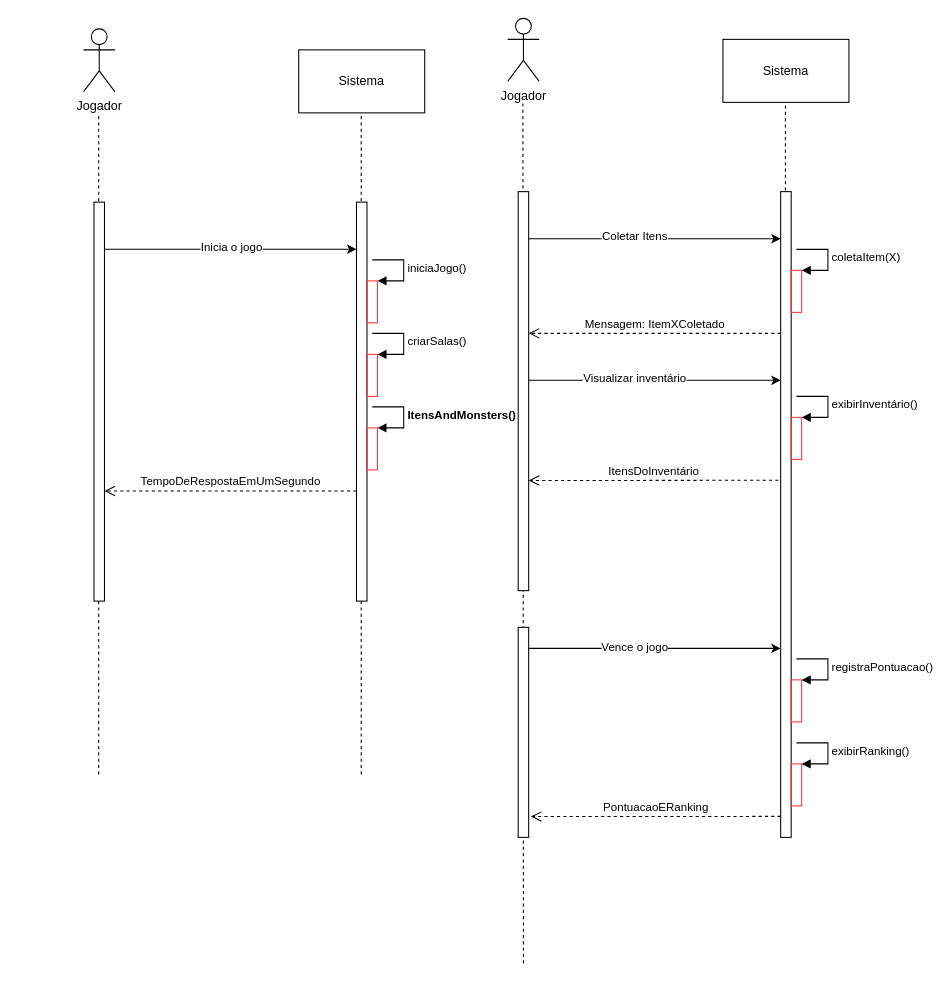
Before: page "Visão Funcional" (2 of 4) of Descrição da Arquitetura.drawio in renanreyc/EngenhariaDeSoftware, a draw.io diagram. Source tidied: cells renumbered, new cells numbered last; positions are measured from the earlier drawing's top-left corner, leaving out a move shared by most shapes. Both pictures are drawn from the tidied source at 105%, with x=0, y=0 at pixel (83, 18).
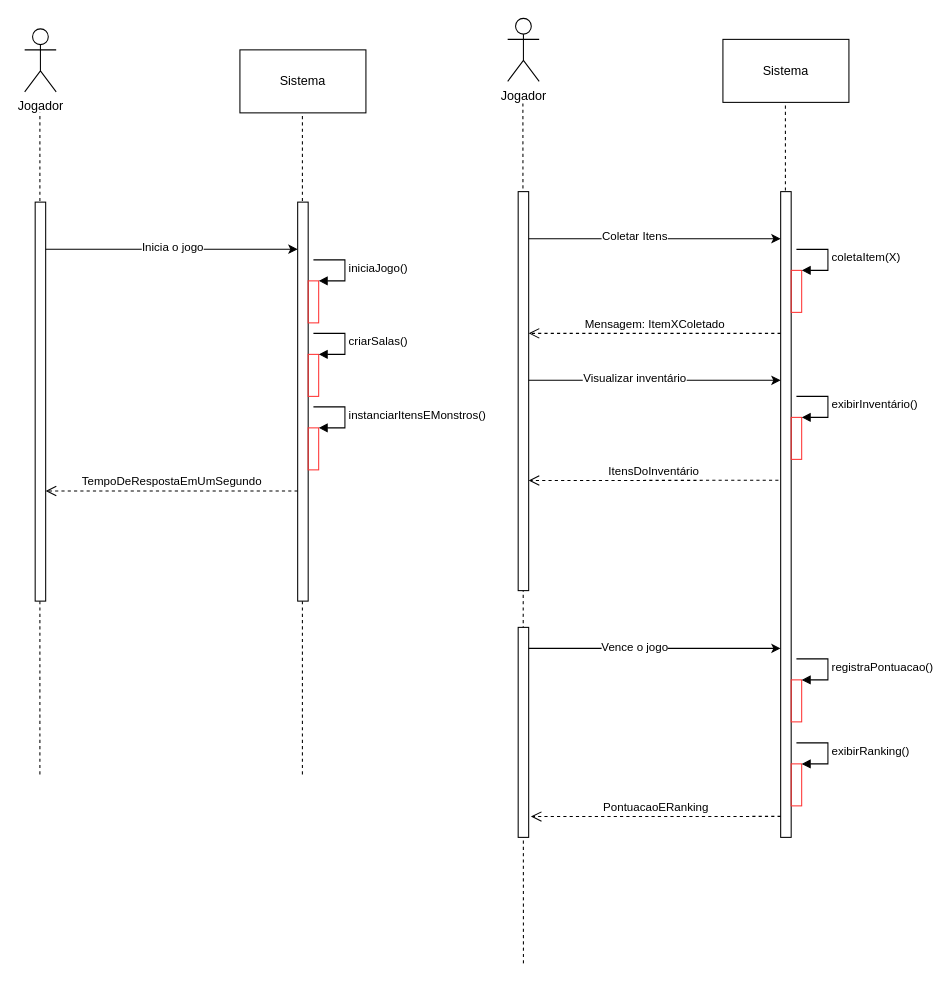
The same diagram, later.

Diff of the diagram source:
```diff
@@
     <mxCell id="2" style="endArrow=none;dashed=1;html=1;rounded=0;" parent="1" edge="1">
       <mxGeometry relative="1" as="geometry">
-        <mxPoint x="14.5" y="720" as="sourcePoint" />
-        <mxPoint x="14.5" y="90" as="targetPoint" />
+        <mxPoint x="-41.5" y="720" as="sourcePoint" />
+        <mxPoint x="-41.5" y="90" as="targetPoint" />
       </mxGeometry>
     </mxCell>
     <mxCell id="3" value="Jogador" style="shape=umlActor;verticalLabelPosition=bottom;verticalAlign=top;html=1;" parent="1" vertex="1">
-      <mxGeometry y="10" width="30" height="60" as="geometry" />
+      <mxGeometry x="-56" y="10" width="30" height="60" as="geometry" />
     </mxCell>
     <mxCell id="4" style="html=1;points=[];perimeter=orthogonalPerimeter;" parent="1" vertex="1">
-      <mxGeometry x="10" y="175" width="10" height="380" as="geometry" />
+      <mxGeometry x="-46" y="175" width="10" height="380" as="geometry" />
     </mxCell>
@@
     <mxCell id="7" style="endArrow=none;dashed=1;html=1;rounded=0;" parent="1" edge="1">
       <mxGeometry relative="1" as="geometry">
-        <mxPoint x="264.5" y="720" as="sourcePoint" />
-        <mxPoint x="264.5" y="90" as="targetPoint" />
+        <mxPoint x="208.5" y="720" as="sourcePoint" />
+        <mxPoint x="208.5" y="90" as="targetPoint" />
       </mxGeometry>
     </mxCell>
     <mxCell id="8" style="html=1;points=[];perimeter=orthogonalPerimeter;" parent="1" vertex="1">
-      <mxGeometry x="260" y="175" width="10" height="380" as="geometry" />
+      <mxGeometry x="204" y="175" width="10" height="380" as="geometry" />
     </mxCell>
     <mxCell id="9" value="Sistema" style="rounded=0;whiteSpace=wrap;html=1;" parent="1" vertex="1">
-      <mxGeometry x="205" y="30" width="120" height="60" as="geometry" />
+      <mxGeometry x="149" y="30" width="120" height="60" as="geometry" />
     </mxCell>
     <mxCell id="10" style="html=1;points=[];perimeter=orthogonalPerimeter;strokeColor=#FF3333;fillColor=none;" parent="1" vertex="1">
-      <mxGeometry x="270" y="250" width="10" height="40" as="geometry" />
+      <mxGeometry x="214" y="250" width="10" height="40" as="geometry" />
     </mxCell>
     <mxCell id="11" value="iniciaJogo()" style="edgeStyle=orthogonalEdgeStyle;html=1;align=left;spacingLeft=2;endArrow=block;rounded=0;entryX=1;entryY=0;" parent="1" edge="1" target="10">
       <mxGeometry relative="1" as="geometry">
-        <mxPoint x="275" y="230" as="sourcePoint" />
+        <mxPoint x="219" y="230" as="sourcePoint" />
         <Array as="points">
-          <mxPoint x="305" y="230" />
+          <mxPoint x="249" y="230" />
         </Array>
       </mxGeometry>
     </mxCell>
     <mxCell id="12" style="html=1;points=[];perimeter=orthogonalPerimeter;strokeColor=#FF3333;fillColor=none;" parent="1" vertex="1">
-      <mxGeometry x="270" y="320" width="10" height="40" as="geometry" />
+      <mxGeometry x="214" y="320" width="10" height="40" as="geometry" />
     </mxCell>
     <mxCell id="13" value="criarSalas()" style="edgeStyle=orthogonalEdgeStyle;html=1;align=left;spacingLeft=2;endArrow=block;rounded=0;entryX=1;entryY=0;" parent="1" edge="1" target="12">
       <mxGeometry relative="1" as="geometry">
-        <mxPoint x="275" y="300" as="sourcePoint" />
+        <mxPoint x="219" y="300" as="sourcePoint" />
         <Array as="points">
-          <mxPoint x="305" y="300" />
+          <mxPoint x="249" y="300" />
         </Array>
       </mxGeometry>
     </mxCell>
     <mxCell id="14" style="html=1;points=[];perimeter=orthogonalPerimeter;strokeColor=#FF3333;fillColor=none;" parent="1" vertex="1">
-      <mxGeometry x="270" y="390" width="10" height="40" as="geometry" />
+      <mxGeometry x="214" y="390" width="10" height="40" as="geometry" />
     </mxCell>
-    <mxCell id="15" value="&lt;b&gt;ItensAndMonsters()&lt;/b&gt;" style="edgeStyle=orthogonalEdgeStyle;html=1;align=left;spacingLeft=2;endArrow=block;rounded=0;entryX=1;entryY=0;" parent="1" edge="1" target="14">
+    <mxCell id="15" value="instanciarItensEMonstros()" style="edgeStyle=orthogonalEdgeStyle;html=1;align=left;spacingLeft=2;endArrow=block;rounded=0;entryX=1;entryY=0;" parent="1" edge="1" target="14">
       <mxGeometry relative="1" as="geometry">
-        <mxPoint x="275" y="370" as="sourcePoint" />
+        <mxPoint x="219" y="370" as="sourcePoint" />
         <Array as="points">
-          <mxPoint x="305" y="370" />
+          <mxPoint x="249" y="370" />
         </Array>
       </mxGeometry>
     </mxCell>
```
